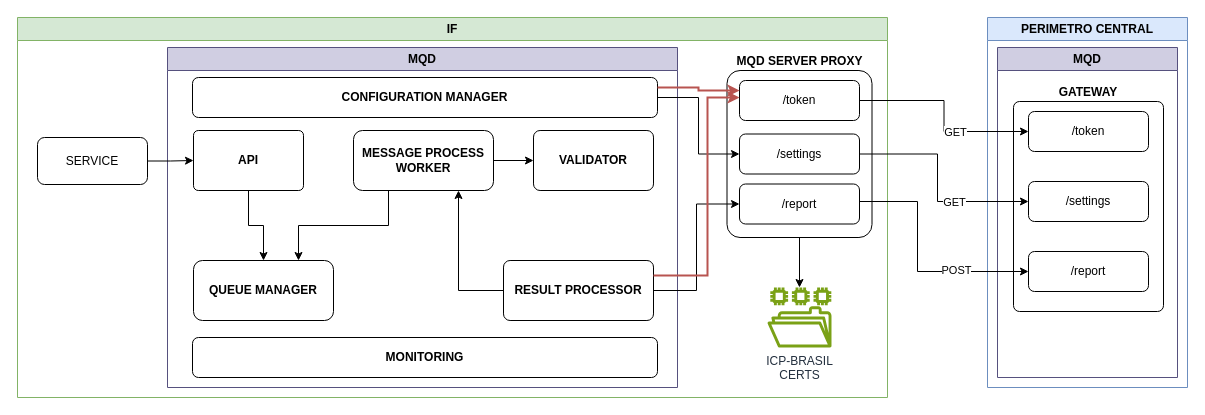
The draw.io diagram page "Architecture - Proxy" (3 of 10) of docs/Arquitetura/desenhos/Architecture.drawio in OpenBanking-Brasil/mqd-client, before the edit. Source tidied: cells renumbered, new cells numbered last; positions are measured from the earlier drawing's top-left corner, leaving out a move shared by most shapes. Both pictures are drawn from the tidied source at 100%, with x=0, y=0 at pixel (17, 17).
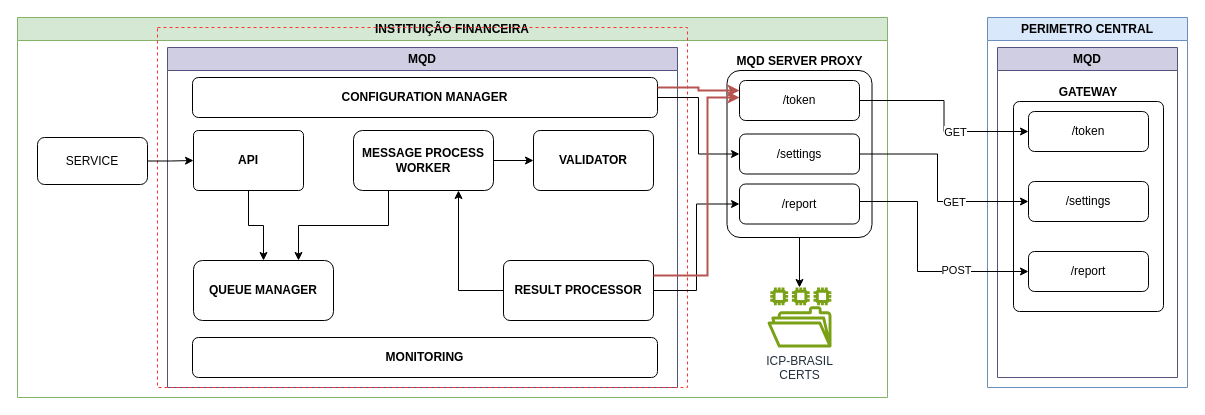
Above is the later version.

The change refers to these unchanged cells:
```xml
<mxCell id="3" value="MQD" style="swimlane;whiteSpace=wrap;html=1;fillColor=#d0cee2;strokeColor=#56517e;" parent="2" vertex="1">
  <mxGeometry x="150" y="30" width="510" height="340" as="geometry" />
</mxCell>
```

What changed in the source:
```diff
@@
-    <mxCell id="2" value="IF" style="swimlane;whiteSpace=wrap;html=1;fillColor=#d5e8d4;strokeColor=#82b366;" parent="1" vertex="1">
+    <mxCell id="2" value="INSTITUIÇÃO FINANCEIRA" style="swimlane;whiteSpace=wrap;html=1;fillColor=#d5e8d4;strokeColor=#82b366;" parent="1" vertex="1">
       <mxGeometry width="870" height="380" as="geometry" />
     </mxCell>
@@
+    <mxCell id="39" style="rounded=0;whiteSpace=wrap;html=1;fillColor=none;dashed=1;strokeColor=#FF3333;" parent="3" vertex="1">
+      <mxGeometry x="-10" y="-20" width="530" height="360" as="geometry" />
+    </mxCell>
```
